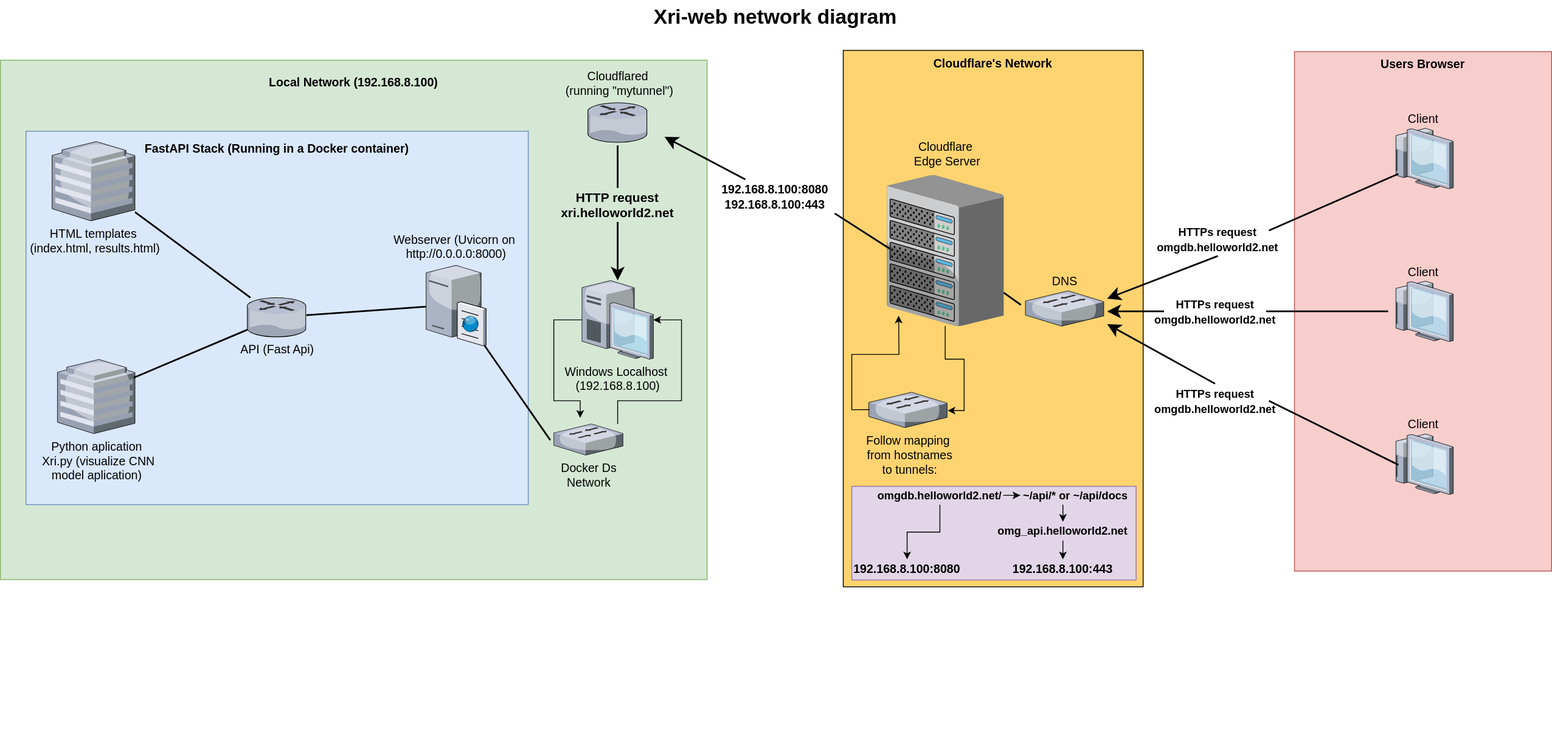
jmsaRuc/CITP_Portfolio_Project keeps this draw.io diagram as blueprint/network-diagram.drawio.svg. Above is the earlier version. Source tidied: cells renumbered, new cells last; positions are measured from the earlier drawing's top-left corner, leaving out a move shared by most shapes.
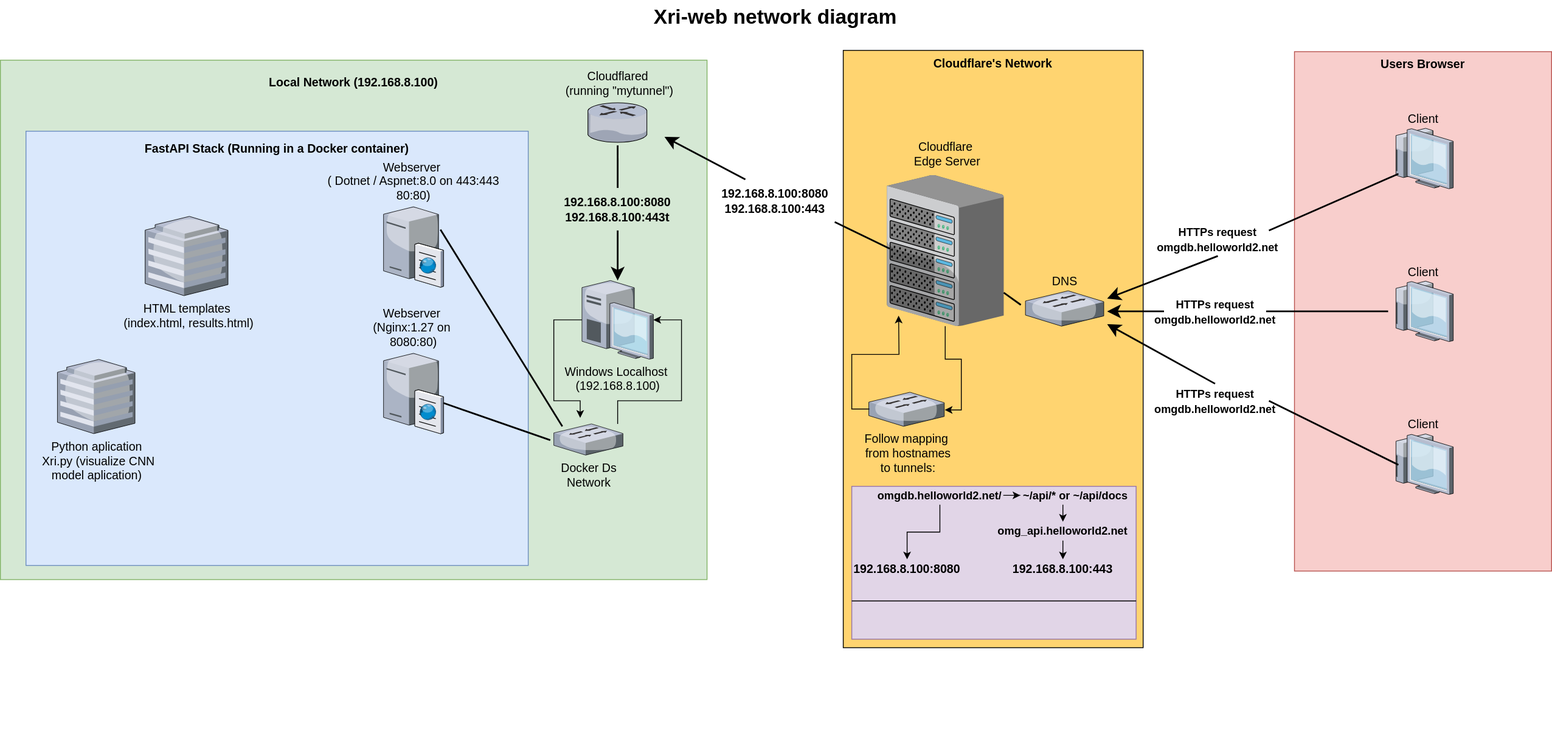
Later version of the same file.

Diff of the diagram source:
```diff
@@ -32,29 +32,20 @@
       <mxGeometry x="30" y="83.4" width="590" height="706.6" as="geometry" />
     </mxCell>
     <mxCell id="11" value="&lt;h3 style=&quot;line-height: 0%;&quot;&gt;FastAPI Stack (Running in a Docker container)&lt;/h3&gt;" style="rounded=0;whiteSpace=wrap;html=1;fillColor=#dae8fc;strokeColor=#6c8ebf;verticalAlign=top;" parent="10" vertex="1">
-      <mxGeometry width="590" height="438.5" as="geometry" />
+      <mxGeometry width="590" height="510" as="geometry" />
     </mxCell>
     <mxCell id="12" value="Python aplication&lt;br&gt;&amp;nbsp;Xri.py (visualize CNN&lt;br&gt;&amp;nbsp;model aplication)&amp;nbsp;" style="verticalLabelPosition=bottom;html=1;verticalAlign=top;strokeColor=none;shape=mxgraph.citrix.hq_enterprise;fillColor=#66B2FF;gradientColor=#0066CC;fontSize=14;" parent="10" vertex="1">
       <mxGeometry x="37" y="268.1" width="91.1" height="87.1" as="geometry" />
     </mxCell>
     <mxCell id="13" value="HTML templates&lt;br&gt;&amp;nbsp;(index.html, results.html)" style="verticalLabelPosition=bottom;html=1;verticalAlign=top;strokeColor=none;shape=mxgraph.citrix.hq_enterprise;fillColor=#66B2FF;gradientColor=#0066CC;fontSize=14;" parent="10" vertex="1">
-      <mxGeometry x="30.7" y="12.2" width="97.3" height="93.1" as="geometry" />
+      <mxGeometry x="140" y="100.1" width="97.3" height="93.1" as="geometry" />
     </mxCell>
-    <mxCell id="14" value="API (Fast Api)" style="verticalLabelPosition=bottom;html=1;verticalAlign=top;strokeColor=none;shape=mxgraph.citrix.router;fillColor=#66B2FF;gradientColor=#0066CC;fontSize=14;" parent="10" vertex="1">
-      <mxGeometry x="260" y="195.5" width="69.4" height="46.1" as="geometry" />
-    </mxCell>
-    <mxCell id="15" style="edgeStyle=none;rounded=0;html=1;startSize=10;endSize=10;jettySize=auto;fontSize=14;endArrow=none;endFill=0;strokeWidth=2;" parent="10" edge="1" source="14" target="13">
-      <mxGeometry relative="1" as="geometry" />
-    </mxCell>
-    <mxCell id="16" style="edgeStyle=none;rounded=0;html=1;startSize=10;endSize=10;jettySize=auto;fontSize=14;endArrow=none;endFill=0;strokeWidth=2;entryX=0.983;entryY=0.246;entryDx=0;entryDy=0;entryPerimeter=0;" parent="10" edge="1" source="14" target="12">
-      <mxGeometry relative="1" as="geometry" />
-    </mxCell>
-    <mxCell id="17" style="edgeStyle=none;rounded=0;html=1;startSize=10;endSize=10;jettySize=auto;fontSize=14;endArrow=none;endFill=0;strokeWidth=2;" parent="10" edge="1" source="18" target="14">
-      <mxGeometry relative="1" as="geometry" />
-    </mxCell>
-    <mxCell id="18" value="Webserver (Uvicorn on&amp;nbsp;&lt;br&gt;http://0.0.0.0:8000)" style="verticalLabelPosition=top;html=1;verticalAlign=bottom;strokeColor=none;shape=mxgraph.citrix.cache_server;fillColor=#66B2FF;gradientColor=#0066CC;fontSize=14;labelPosition=center;align=center;" parent="10" vertex="1">
-      <mxGeometry x="470" y="155.3" width="70.3" height="96.6" as="geometry" />
+    <mxCell id="18" value="Webserver&amp;nbsp;&lt;div&gt;(Nginx:1.27 on&amp;nbsp;&lt;br&gt;8080:80)&lt;/div&gt;" style="verticalLabelPosition=top;html=1;verticalAlign=bottom;strokeColor=none;shape=mxgraph.citrix.cache_server;fillColor=#66B2FF;gradientColor=#0066CC;fontSize=14;labelPosition=center;align=center;" parent="10" vertex="1">
+      <mxGeometry x="420" y="258.6" width="70.3" height="96.6" as="geometry" />
     </mxCell>
+    <mxCell id="58" value="Webserver&amp;nbsp;&lt;div&gt;( Dotnet / Aspnet:8.0 on&amp;nbsp;443:443&lt;div&gt;&lt;span style=&quot;background-color: transparent; color: light-dark(rgb(0, 0, 0), rgb(255, 255, 255));&quot;&gt;80:80)&lt;/span&gt;&lt;/div&gt;&lt;/div&gt;" style="verticalLabelPosition=top;html=1;verticalAlign=bottom;strokeColor=none;shape=mxgraph.citrix.cache_server;fillColor=#66B2FF;gradientColor=#0066CC;fontSize=14;labelPosition=center;align=center;" parent="10" vertex="1">
+      <mxGeometry x="420" y="86.6" width="70.3" height="96.6" as="geometry" />
+    </mxCell>
     <mxCell id="19" style="edgeStyle=orthogonalEdgeStyle;rounded=0;jettySize=auto;html=1;" parent="8" edge="1" source="20" target="21">
       <mxGeometry relative="1" as="geometry">
         <Array as="points">
@@ -86,8 +77,8 @@
     <mxCell id="24" value="Cloudflared&lt;br&gt;&amp;nbsp;(running &quot;mytunnel&quot;)" style="verticalLabelPosition=top;html=1;verticalAlign=bottom;strokeColor=none;shape=mxgraph.citrix.router;fillColor=#66B2FF;gradientColor=#0066CC;fontSize=14;labelPosition=center;align=center;spacing=5;" parent="8" vertex="1">
       <mxGeometry x="690" y="50" width="70.1" height="46.5" as="geometry" />
     </mxCell>
-    <mxCell id="25" value="HTTP request&lt;br&gt;xri.helloworld2.net" style="text;html=1;strokeColor=none;fillColor=none;align=center;verticalAlign=middle;whiteSpace=wrap;rounded=0;fontStyle=1;fontSize=15;" parent="8" vertex="1">
-      <mxGeometry x="655" y="150" width="140" height="40" as="geometry" />
+    <mxCell id="25" value="&lt;b style=&quot;font-size: 14px;&quot;&gt;192.168.8.100:8080&lt;/b&gt;&lt;br style=&quot;font-size: 13px;&quot;&gt;&lt;b style=&quot;font-size: 14px;&quot;&gt;192.168.8.100:443&lt;/b&gt;t" style="text;html=1;strokeColor=none;fillColor=none;align=center;verticalAlign=middle;whiteSpace=wrap;rounded=0;fontStyle=1;fontSize=15;" parent="8" vertex="1">
+      <mxGeometry x="655" y="150" width="140" height="50" as="geometry" />
     </mxCell>
     <mxCell id="26" style="edgeStyle=none;rounded=0;html=1;startSize=10;endSize=10;jettySize=auto;fontSize=14;endArrow=none;endFill=0;strokeWidth=2;exitX=0.5;exitY=0;exitDx=0;exitDy=0;" parent="8" edge="1" source="25">
       <mxGeometry relative="1" as="geometry">
@@ -97,11 +88,16 @@
     <mxCell id="27" style="edgeStyle=none;rounded=0;html=1;startSize=10;endSize=10;jettySize=auto;fontSize=14;endArrow=classic;endFill=1;strokeWidth=2;exitX=0.5;exitY=1;exitDx=0;exitDy=0;" parent="8" edge="1" source="25" target="21">
       <mxGeometry relative="1" as="geometry" />
     </mxCell>
+    <mxCell id="59" style="endArrow=none;html=1;rounded=0;entryX=0.951;entryY=0.301;entryDx=0;entryDy=0;entryPerimeter=0;strokeWidth=2;" parent="8" edge="1" target="58">
+      <mxGeometry relative="1" as="geometry">
+        <mxPoint x="660" y="430" as="sourcePoint" />
+      </mxGeometry>
+    </mxCell>
     <mxCell id="28" value="Xri-web network diagram" style="text;strokeColor=none;fillColor=none;html=1;fontSize=24;fontStyle=1;verticalAlign=middle;align=center;" parent="1" vertex="1">
       <mxGeometry x="479" width="861" height="40" as="geometry" />
     </mxCell>
     <mxCell id="29" value="&lt;b style=&quot;font-size: 14px;&quot;&gt;192.168.8.100:8080&lt;/b&gt;&lt;br style=&quot;font-size: 13px;&quot;&gt;&lt;b style=&quot;font-size: 14px;&quot;&gt;192.168.8.100:443&lt;/b&gt;" style="text;html=1;strokeColor=none;fillColor=none;align=center;verticalAlign=middle;whiteSpace=wrap;rounded=0;fontStyle=1;fontSize=15;" parent="1" vertex="1">
-      <mxGeometry x="840" y="210" width="140" height="40" as="geometry" />
+      <mxGeometry x="840" y="210" width="140" height="50" as="geometry" />
     </mxCell>
     <mxCell id="30" style="edgeStyle=none;rounded=0;html=1;startSize=10;endSize=10;jettySize=auto;fontSize=14;endArrow=classic;endFill=1;strokeWidth=2;exitX=0.25;exitY=0;exitDx=0;exitDy=0;" parent="1" edge="1" source="29">
       <mxGeometry relative="1" as="geometry">
@@ -109,7 +105,7 @@
       </mxGeometry>
     </mxCell>
     <mxCell id="31" value="&lt;b&gt;Cloudflare's Network&lt;/b&gt;" style="whiteSpace=wrap;html=1;fillColor=#FFD470;gradientColor=none;fontSize=14;strokeColor=light-dark(#000000,#FFCE9F);verticalAlign=top;" parent="1" vertex="1">
-      <mxGeometry x="990" y="58.5" width="352.2" height="630" as="geometry" />
+      <mxGeometry x="990" y="58.5" width="352.2" height="701.5" as="geometry" />
     </mxCell>
     <mxCell id="32" value="DNS" style="verticalLabelPosition=top;html=1;verticalAlign=bottom;strokeColor=none;shape=mxgraph.citrix.switch;fillColor=#66B2FF;gradientColor=#0066CC;fontSize=14;labelPosition=center;align=center;" parent="1" vertex="1">
       <mxGeometry x="1204" y="340.9" width="92" height="41.5" as="geometry" />
@@ -118,7 +114,7 @@
       <mxGeometry x="1041" y="204.9" width="137.5" height="177.5" as="geometry" />
     </mxCell>
     <mxCell id="34" value="Follow mapping&lt;br&gt;&amp;nbsp;from hostnames&lt;br&gt;&amp;nbsp;to tunnels:" style="verticalLabelPosition=bottom;html=1;verticalAlign=top;strokeColor=none;shape=mxgraph.citrix.switch;fillColor=#66B2FF;gradientColor=#0066CC;fontSize=14;" parent="1" vertex="1">
-      <mxGeometry x="1020" y="460" width="92" height="41.5" as="geometry" />
+      <mxGeometry x="1020" y="460" width="88.7" height="40" as="geometry" />
     </mxCell>
     <mxCell id="35" style="edgeStyle=orthogonalEdgeStyle;rounded=0;jettySize=auto;html=1;exitX=0.008;exitY=0.493;exitDx=0;exitDy=0;exitPerimeter=0;" parent="1" edge="1" source="34">
       <mxGeometry relative="1" as="geometry">
@@ -160,10 +156,10 @@
       <mxGeometry relative="1" as="geometry" />
     </mxCell>
     <mxCell id="46" style="group;" parent="1" vertex="1">
-      <mxGeometry x="1000" y="570" width="334" height="110.5" as="geometry" />
+      <mxGeometry x="1000" y="570" width="334" height="180" as="geometry" />
     </mxCell>
     <mxCell id="47" style="rounded=0;whiteSpace=wrap;html=1;fillColor=#e1d5e7;strokeColor=light-dark(#9673A6,#CDA2BE);" parent="46" vertex="1">
-      <mxGeometry y="0.5" width="334" height="110" as="geometry" />
+      <mxGeometry y="0.5" width="334" height="179.5" as="geometry" />
     </mxCell>
     <mxCell id="48" value="&lt;span style=&quot;font-size: 14px; background-color: initial;&quot;&gt;&lt;b&gt;192.168.8.100:8080&lt;/b&gt;&lt;/span&gt;&lt;span style=&quot;font-size: 14px;&quot;&gt;&lt;b&gt;&lt;br&gt;&lt;/b&gt;&lt;/span&gt;" style="text;html=1;strokeColor=none;fillColor=none;align=center;verticalAlign=middle;whiteSpace=wrap;rounded=0;" parent="46" vertex="1">
       <mxGeometry y="86.2" width="130" height="24.2" as="geometry" />
@@ -197,6 +193,9 @@
     <mxCell id="56" value="&lt;span style=&quot;font-size: 13px;&quot;&gt;&lt;b&gt;~/api/* or ~/api/docs&lt;/b&gt;&lt;/span&gt;" style="text;html=1;strokeColor=none;fillColor=none;align=center;verticalAlign=middle;whiteSpace=wrap;rounded=0;" parent="46" vertex="1">
       <mxGeometry x="198" width="130" height="22.1" as="geometry" />
     </mxCell>
+    <mxCell id="60" style="endArrow=none;html=1;rounded=0;exitX=0;exitY=0.75;exitDx=0;exitDy=0;entryX=1;entryY=0.75;entryDx=0;entryDy=0;strokeColor=light-dark(#000000,#CDA2BE);" parent="46" edge="1" source="47" target="47">
+      <mxGeometry relative="1" as="geometry" />
+    </mxCell>
     <mxCell id="57" style="edgeStyle=none;rounded=0;html=1;startSize=10;endSize=10;jettySize=auto;fontSize=14;endArrow=none;endFill=0;strokeWidth=2;entryX=0.025;entryY=0.487;entryDx=0;entryDy=0;entryPerimeter=0;exitX=1;exitY=1;exitDx=0;exitDy=0;" parent="1" edge="1" source="29" target="33">
       <mxGeometry relative="1" as="geometry" />
     </mxCell>
```
